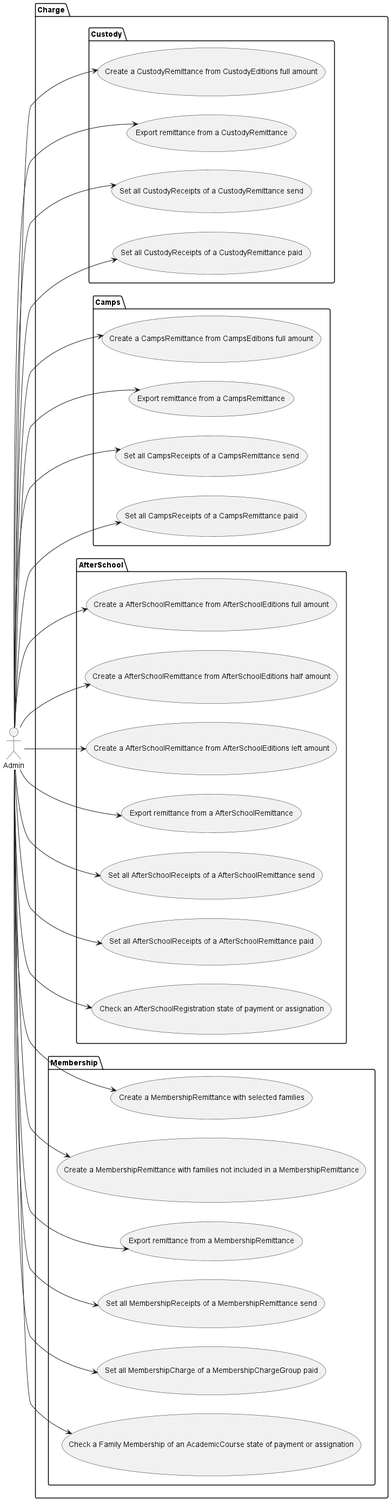
Before: doc/UseCasesDiagram/Charge/Charge.png, a diagram exported from PlantUML (IgnacioMaestro/ampa-manager).
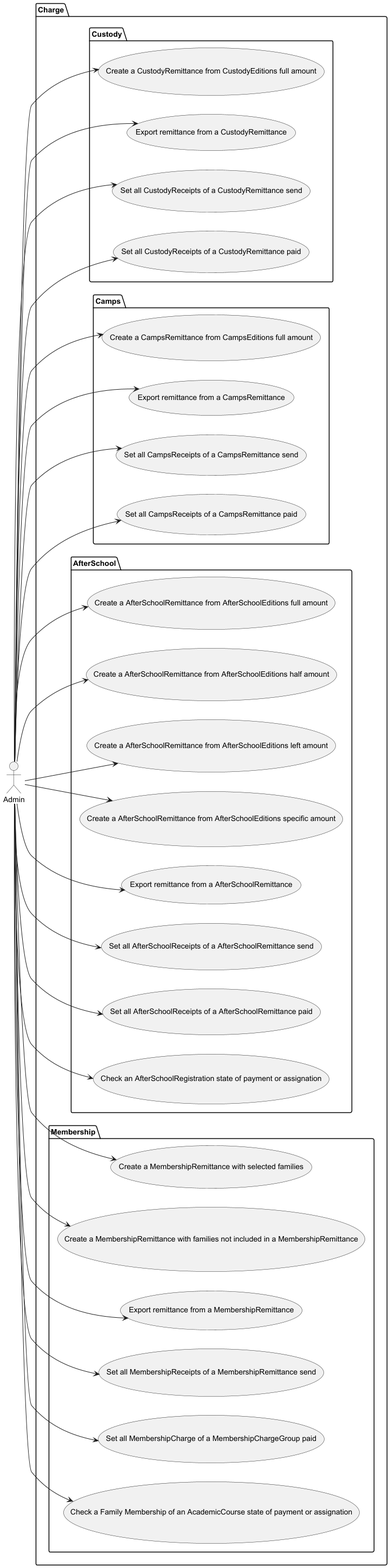
Above is the later version.

Commit message:
docs: add remittance creation for specific amount in Charge diagram

The edit, as a diff of the source:
```diff
@@ -18,6 +18,7 @@
       Admin --> (Create a AfterSchoolRemittance from AfterSchoolEditions full amount)
       Admin --> (Create a AfterSchoolRemittance from AfterSchoolEditions half amount)
       Admin --> (Create a AfterSchoolRemittance from AfterSchoolEditions left amount)
+      Admin --> (Create a AfterSchoolRemittance from AfterSchoolEditions specific amount)
       Admin --> (Export remittance from a AfterSchoolRemittance)
       Admin --> (Set all AfterSchoolReceipts of a AfterSchoolRemittance send)
       Admin --> (Set all AfterSchoolReceipts of a AfterSchoolRemittance paid)
```
